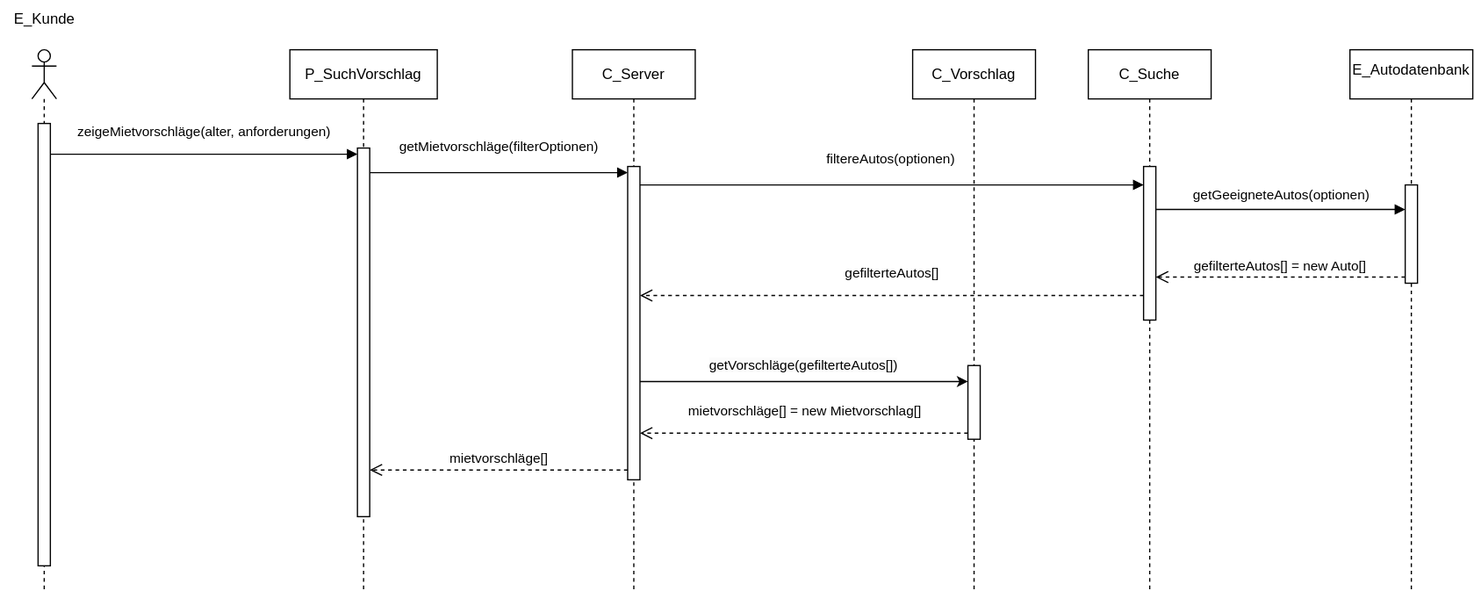
This is sw-eng-05.drawio.svg from MassimiIiano/software-eng-projects-uni, a draw.io export, as it was before one commit. Source tidied: cells renumbered, new cells last; positions are measured from the earlier drawing's top-left corner, leaving out a move shared by most shapes.
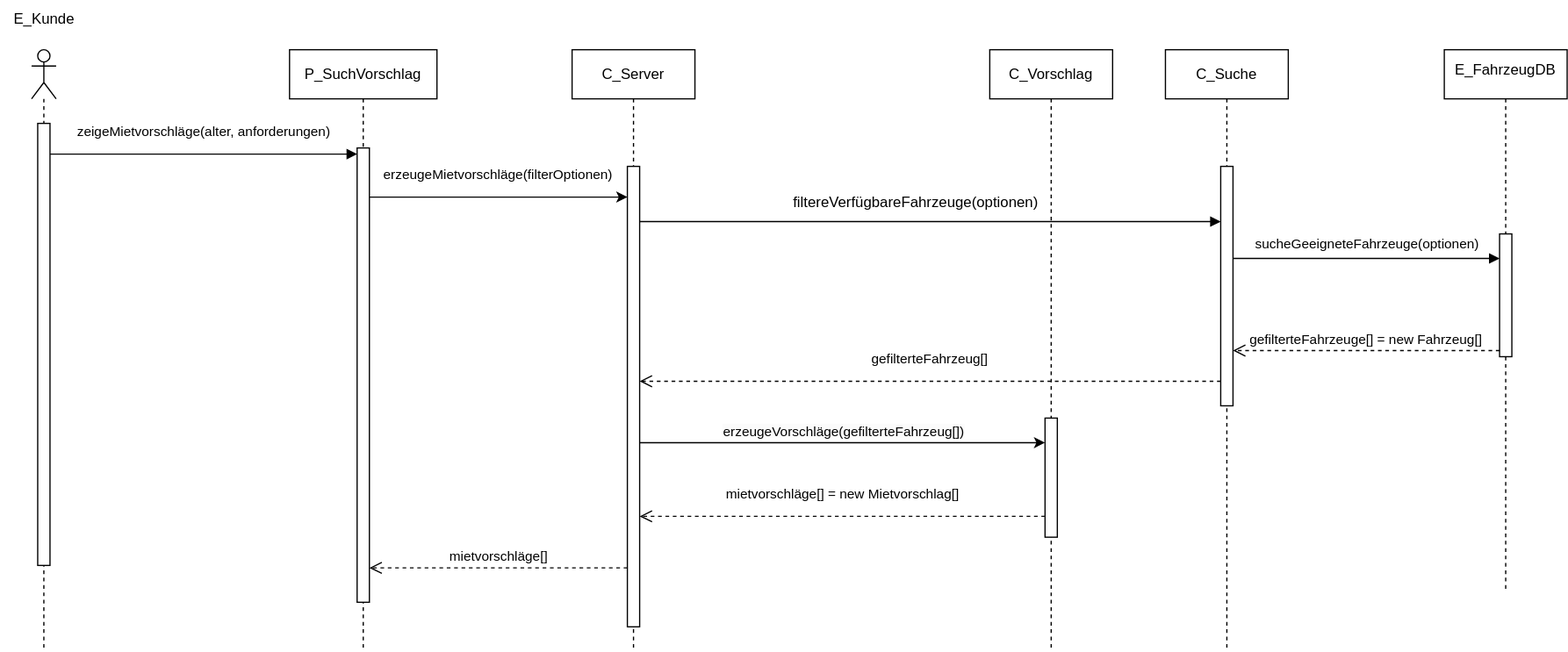
After the commit.

Commit message:
Corrected exercise 5

Diff of the diagram source:
```diff
@@ -3,91 +3,104 @@
     <mxCell id="0" />
     <mxCell id="1" parent="0" />
     <mxCell id="2" style="shape=umlLifeline;perimeter=lifelinePerimeter;whiteSpace=wrap;html=1;newEdgeStyle={&quot;curved&quot;:0,&quot;rounded&quot;:0};participant=umlActor;" parent="1" vertex="1">
-      <mxGeometry x="25" y="40" width="20" height="440" as="geometry" />
+      <mxGeometry x="25" y="40" width="20" height="490" as="geometry" />
     </mxCell>
     <mxCell id="3" style="html=1;points=[[0,0,0,0,5],[0,1,0,0,-5],[1,0,0,0,5],[1,1,0,0,-5]];perimeter=orthogonalPerimeter;outlineConnect=0;targetShapes=umlLifeline;portConstraint=eastwest;newEdgeStyle={&quot;curved&quot;:0,&quot;rounded&quot;:0};" parent="2" vertex="1">
       <mxGeometry x="5" y="60" width="10" height="360" as="geometry" />
     </mxCell>
     <mxCell id="4" value="P_SuchVorschlag" style="shape=umlLifeline;perimeter=lifelinePerimeter;whiteSpace=wrap;html=1;newEdgeStyle={&quot;curved&quot;:0,&quot;rounded&quot;:0};" parent="1" vertex="1">
-      <mxGeometry x="235" y="40" width="120" height="440" as="geometry" />
+      <mxGeometry x="235" y="40" width="120" height="490" as="geometry" />
     </mxCell>
     <mxCell id="5" style="html=1;points=[[0,0,0,0,5],[0,1,0,0,-5],[1,0,0,0,5],[1,1,0,0,-5]];perimeter=orthogonalPerimeter;outlineConnect=0;targetShapes=umlLifeline;portConstraint=eastwest;newEdgeStyle={&quot;curved&quot;:0,&quot;rounded&quot;:0};" parent="4" vertex="1">
-      <mxGeometry x="55" y="80" width="10" height="300" as="geometry" />
+      <mxGeometry x="55" y="80" width="10" height="370" as="geometry" />
     </mxCell>
     <mxCell id="6" value="&lt;table&gt;&lt;tbody&gt;&lt;tr&gt;&lt;td&gt;C_Suche&lt;table&gt;&lt;tbody&gt;&lt;tr&gt;&lt;/tr&gt;&lt;/tbody&gt;&lt;/table&gt;&lt;/td&gt;&lt;/tr&gt;&lt;/tbody&gt;&lt;/table&gt;" style="shape=umlLifeline;perimeter=lifelinePerimeter;whiteSpace=wrap;html=1;newEdgeStyle={&quot;curved&quot;:0,&quot;rounded&quot;:0};" parent="1" vertex="1">
-      <mxGeometry x="885" y="40" width="100" height="440" as="geometry" />
+      <mxGeometry x="948" y="40" width="100" height="490" as="geometry" />
     </mxCell>
     <mxCell id="7" style="html=1;points=[[0,0,0,0,5],[0,1,0,0,-5],[1,0,0,0,5],[1,1,0,0,-5]];perimeter=orthogonalPerimeter;outlineConnect=0;targetShapes=umlLifeline;portConstraint=eastwest;newEdgeStyle={&quot;curved&quot;:0,&quot;rounded&quot;:0};" parent="6" vertex="1">
-      <mxGeometry x="45" y="95" width="10" height="125" as="geometry" />
+      <mxGeometry x="45" y="95" width="10" height="195" as="geometry" />
     </mxCell>
-    <mxCell id="8" value="&lt;table&gt;&lt;tbody&gt;&lt;tr&gt;&lt;td&gt;E_Autodatenbank&lt;/td&gt;&lt;/tr&gt;&lt;/tbody&gt;&lt;/table&gt;&lt;table&gt;&lt;tbody&gt;&lt;tr&gt;&lt;td&gt;&lt;/td&gt;&lt;/tr&gt;&lt;/tbody&gt;&lt;/table&gt;" style="shape=umlLifeline;perimeter=lifelinePerimeter;whiteSpace=wrap;html=1;newEdgeStyle={&quot;curved&quot;:0,&quot;rounded&quot;:0};" parent="1" vertex="1">
-      <mxGeometry x="1098" y="40" width="100" height="440" as="geometry" />
+    <mxCell id="8" value="&lt;table&gt;&lt;tbody&gt;&lt;tr&gt;&lt;td&gt;E_FahrzeugDB&lt;/td&gt;&lt;/tr&gt;&lt;/tbody&gt;&lt;/table&gt;&lt;table&gt;&lt;tbody&gt;&lt;tr&gt;&lt;td&gt;&lt;/td&gt;&lt;/tr&gt;&lt;/tbody&gt;&lt;/table&gt;" style="shape=umlLifeline;perimeter=lifelinePerimeter;whiteSpace=wrap;html=1;newEdgeStyle={&quot;curved&quot;:0,&quot;rounded&quot;:0};" parent="1" vertex="1">
+      <mxGeometry x="1175" y="40" width="100" height="440" as="geometry" />
     </mxCell>
     <mxCell id="9" style="html=1;points=[[0,0,0,0,5],[0,1,0,0,-5],[1,0,0,0,5],[1,1,0,0,-5]];perimeter=orthogonalPerimeter;outlineConnect=0;targetShapes=umlLifeline;portConstraint=eastwest;newEdgeStyle={&quot;curved&quot;:0,&quot;rounded&quot;:0};" parent="8" vertex="1">
-      <mxGeometry x="45" y="110" width="10" height="80" as="geometry" />
+      <mxGeometry x="45" y="150" width="10" height="100" as="geometry" />
     </mxCell>
     <mxCell id="10" value="&lt;table&gt;&lt;tbody&gt;&lt;tr&gt;&lt;td&gt;zeigeMietvorschläge(alter, anforderungen)&lt;/td&gt;&lt;/tr&gt;&lt;/tbody&gt;&lt;/table&gt;&lt;table&gt;&lt;tbody&gt;&lt;tr&gt;&lt;td&gt;&lt;/td&gt;&lt;/tr&gt;&lt;/tbody&gt;&lt;/table&gt;" style="html=1;verticalAlign=bottom;endArrow=block;curved=0;rounded=0;entryX=0;entryY=0;entryDx=0;entryDy=5;" parent="1" edge="1" source="3" target="5">
       <mxGeometry relative="1" as="geometry" />
     </mxCell>
-    <mxCell id="11" value="&lt;table&gt;&lt;tbody&gt;&lt;tr&gt;&lt;td&gt;&lt;table&gt;&lt;tbody&gt;&lt;tr&gt;&lt;td&gt;getMietvorschläge(filterOptionen)&lt;/td&gt;&lt;/tr&gt;&lt;/tbody&gt;&lt;/table&gt;&lt;table&gt;&lt;tbody&gt;&lt;tr&gt;&lt;td&gt;&lt;/td&gt;&lt;/tr&gt;&lt;/tbody&gt;&lt;/table&gt;&lt;table&gt;&lt;tbody&gt;&lt;tr&gt;&lt;/tr&gt;&lt;/tbody&gt;&lt;/table&gt;&lt;/td&gt;&lt;/tr&gt;&lt;/tbody&gt;&lt;/table&gt;" style="html=1;verticalAlign=bottom;endArrow=block;curved=0;rounded=0;entryX=0;entryY=0;entryDx=0;entryDy=5;entryPerimeter=0;" parent="1" edge="1" source="5" target="20">
-      <mxGeometry relative="1" as="geometry" />
-    </mxCell>
-    <mxCell id="12" value="&lt;table&gt;&lt;tbody&gt;&lt;tr&gt;&lt;td&gt;getGeeigneteAutos(optionen)&lt;/td&gt;&lt;/tr&gt;&lt;/tbody&gt;&lt;/table&gt;" style="html=1;verticalAlign=bottom;endArrow=block;curved=0;rounded=0;entryX=0;entryY=0;entryDx=0;entryDy=5;" parent="1" edge="1">
+    <mxCell id="12" value="&lt;table&gt;&lt;tbody&gt;&lt;tr&gt;&lt;td&gt;sucheGeeigneteFahrzeuge(optionen)&lt;/td&gt;&lt;/tr&gt;&lt;/tbody&gt;&lt;/table&gt;" style="html=1;verticalAlign=bottom;endArrow=block;curved=0;rounded=0;" parent="1" edge="1">
       <mxGeometry relative="1" as="geometry">
-        <mxPoint x="940" y="170" as="sourcePoint" />
-        <mxPoint x="1143" y="170" as="targetPoint" />
+        <mxPoint x="1003" y="210" as="sourcePoint" />
+        <mxPoint x="1220" y="210" as="targetPoint" />
       </mxGeometry>
     </mxCell>
-    <mxCell id="13" value="gefilterteAutos[] = new Auto[]" style="html=1;verticalAlign=bottom;endArrow=open;dashed=1;endSize=8;curved=0;rounded=0;exitX=0;exitY=1;exitDx=0;exitDy=-5;" parent="1" edge="1" source="9" target="7">
+    <mxCell id="13" value="gefilterteFahrzeuge[] = new Fahrzeug[]" style="html=1;verticalAlign=bottom;endArrow=open;dashed=1;endSize=8;curved=0;rounded=0;exitX=0;exitY=1;exitDx=0;exitDy=-5;" parent="1" edge="1" source="9" target="7">
       <mxGeometry relative="1" as="geometry" />
     </mxCell>
     <mxCell id="14" value="E_Kunde" style="text;html=1;align=center;verticalAlign=middle;strokeColor=none;fillColor=none;" parent="1" vertex="1">
       <mxGeometry width="70" height="30" as="geometry" />
     </mxCell>
     <mxCell id="15" value="C_Vorschlag" style="shape=umlLifeline;perimeter=lifelinePerimeter;whiteSpace=wrap;html=1;newEdgeStyle={&quot;curved&quot;:0,&quot;rounded&quot;:0};" parent="1" vertex="1">
-      <mxGeometry x="742" y="40" width="100" height="440" as="geometry" />
+      <mxGeometry x="805" y="40" width="100" height="490" as="geometry" />
     </mxCell>
     <mxCell id="16" style="html=1;points=[[0,0,0,0,5],[0,1,0,0,-5],[1,0,0,0,5],[1,1,0,0,-5]];perimeter=orthogonalPerimeter;outlineConnect=0;targetShapes=umlLifeline;portConstraint=eastwest;newEdgeStyle={&quot;curved&quot;:0,&quot;rounded&quot;:0};" parent="15" vertex="1">
-      <mxGeometry x="45" y="257" width="10" height="60" as="geometry" />
+      <mxGeometry x="45" y="300" width="10" height="97" as="geometry" />
     </mxCell>
     <mxCell id="17" value="mietvorschläge[]" style="html=1;verticalAlign=bottom;endArrow=open;dashed=1;endSize=8;curved=0;rounded=0;exitX=0;exitY=1;exitDx=0;exitDy=-5;exitPerimeter=0;" parent="1" edge="1">
       <mxGeometry relative="1" as="geometry">
-        <mxPoint x="510" y="382" as="sourcePoint" />
-        <mxPoint x="300" y="382" as="targetPoint" />
+        <mxPoint x="510" y="462" as="sourcePoint" />
+        <mxPoint x="300" y="462" as="targetPoint" />
       </mxGeometry>
     </mxCell>
-    <mxCell id="18" value="&lt;table&gt;&lt;tbody&gt;&lt;tr&gt;&lt;td&gt;gefilterteAutos[]&lt;/td&gt;&lt;/tr&gt;&lt;/tbody&gt;&lt;/table&gt;&lt;table&gt;&lt;tbody&gt;&lt;tr&gt;&lt;td&gt;&lt;/td&gt;&lt;/tr&gt;&lt;/tbody&gt;&lt;/table&gt;" style="html=1;verticalAlign=bottom;endArrow=open;dashed=1;endSize=8;curved=0;rounded=0;exitX=0;exitY=1;exitDx=0;exitDy=-5;exitPerimeter=0;" parent="1" edge="1">
+    <mxCell id="18" value="&lt;table&gt;&lt;tbody&gt;&lt;tr&gt;&lt;td&gt;gefilterteFahrzeug[]&lt;/td&gt;&lt;/tr&gt;&lt;/tbody&gt;&lt;/table&gt;&lt;table&gt;&lt;tbody&gt;&lt;tr&gt;&lt;td&gt;&lt;/td&gt;&lt;/tr&gt;&lt;/tbody&gt;&lt;/table&gt;" style="html=1;verticalAlign=bottom;endArrow=open;dashed=1;endSize=8;curved=0;rounded=0;" parent="1" edge="1">
       <mxGeometry relative="1" as="geometry">
-        <mxPoint x="930" y="240" as="sourcePoint" />
-        <mxPoint x="520" y="240" as="targetPoint" />
+        <mxPoint x="993" y="310" as="sourcePoint" />
+        <mxPoint x="520" y="310" as="targetPoint" />
       </mxGeometry>
     </mxCell>
     <mxCell id="19" value="C_Server" style="shape=umlLifeline;perimeter=lifelinePerimeter;whiteSpace=wrap;html=1;newEdgeStyle={&quot;curved&quot;:0,&quot;rounded&quot;:0};" parent="1" vertex="1">
-      <mxGeometry x="465" y="40" width="100" height="440" as="geometry" />
+      <mxGeometry x="465" y="40" width="100" height="490" as="geometry" />
     </mxCell>
     <mxCell id="20" style="html=1;points=[[0,0,0,0,5],[0,1,0,0,-5],[1,0,0,0,5],[1,1,0,0,-5]];perimeter=orthogonalPerimeter;outlineConnect=0;targetShapes=umlLifeline;portConstraint=eastwest;newEdgeStyle={&quot;curved&quot;:0,&quot;rounded&quot;:0};" parent="19" vertex="1">
-      <mxGeometry x="45" y="95" width="10" height="255" as="geometry" />
+      <mxGeometry x="45" y="95" width="10" height="375" as="geometry" />
     </mxCell>
-    <mxCell id="21" value="&lt;table&gt;&lt;tbody&gt;&lt;tr&gt;&lt;td&gt;&lt;table&gt;&lt;tbody&gt;&lt;tr&gt;&lt;td&gt;filtereAutos(optionen)&lt;/td&gt;&lt;/tr&gt;&lt;/tbody&gt;&lt;/table&gt;&lt;table&gt;&lt;tbody&gt;&lt;tr&gt;&lt;td&gt;&lt;/td&gt;&lt;/tr&gt;&lt;/tbody&gt;&lt;/table&gt;&lt;table&gt;&lt;tbody&gt;&lt;tr&gt;&lt;/tr&gt;&lt;/tbody&gt;&lt;/table&gt;&lt;/td&gt;&lt;/tr&gt;&lt;/tbody&gt;&lt;/table&gt;" style="html=1;verticalAlign=bottom;endArrow=block;curved=0;rounded=0;entryX=0;entryY=0;entryDx=0;entryDy=5;exitX=1;exitY=0;exitDx=0;exitDy=5;exitPerimeter=0;entryPerimeter=0;" parent="1" edge="1">
-      <mxGeometry relative="1" as="geometry">
-        <mxPoint x="520" y="150" as="sourcePoint" />
-        <mxPoint x="930" y="150" as="targetPoint" />
+    <mxCell id="21" style="html=1;verticalAlign=bottom;endArrow=block;curved=0;rounded=0;exitX=1;exitY=0;exitDx=0;exitDy=5;exitPerimeter=0;" parent="1" edge="1">
+      <mxGeometry x="-0.05" relative="1" as="geometry">
+        <mxPoint x="520" y="180" as="sourcePoint" />
+        <mxPoint x="993" y="180" as="targetPoint" />
       </mxGeometry>
     </mxCell>
     <mxCell id="22" value="&lt;table&gt;&lt;tbody&gt;&lt;tr&gt;&lt;td&gt;&lt;/td&gt;&lt;/tr&gt;&lt;/tbody&gt;&lt;/table&gt;" style="text;html=1;align=center;verticalAlign=middle;strokeColor=none;fillColor=none;" parent="1" vertex="1">
-      <mxGeometry x="630" y="280" width="30" height="20" as="geometry" />
+      <mxGeometry x="630" y="360" width="30" height="20" as="geometry" />
     </mxCell>
-    <mxCell id="23" value="&lt;table&gt;&lt;tbody&gt;&lt;tr&gt;&lt;td&gt;mietvorschläge[] = new Mietvorschlag[]&lt;br&gt;&lt;/td&gt;&lt;/tr&gt;&lt;/tbody&gt;&lt;/table&gt;&lt;table&gt;&lt;tbody&gt;&lt;tr&gt;&lt;td&gt;&lt;/td&gt;&lt;/tr&gt;&lt;/tbody&gt;&lt;/table&gt;" style="html=1;verticalAlign=bottom;endArrow=open;dashed=1;endSize=8;curved=0;rounded=0;exitX=0;exitY=1;exitDx=0;exitDy=-5;exitPerimeter=0;" parent="1" edge="1" source="16">
+    <mxCell id="23" value="&lt;table&gt;&lt;tbody&gt;&lt;tr&gt;&lt;td&gt;mietvorschläge[] = new Mietvorschlag[]&lt;br&gt;&lt;/td&gt;&lt;/tr&gt;&lt;/tbody&gt;&lt;/table&gt;&lt;table&gt;&lt;tbody&gt;&lt;tr&gt;&lt;td&gt;&lt;/td&gt;&lt;/tr&gt;&lt;/tbody&gt;&lt;/table&gt;" style="html=1;verticalAlign=bottom;endArrow=open;dashed=1;endSize=8;curved=0;rounded=0;exitX=0;exitY=1;exitDx=0;exitDy=-5;exitPerimeter=0;" parent="1" edge="1">
       <mxGeometry relative="1" as="geometry">
-        <mxPoint x="520" y="352" as="targetPoint" />
+        <mxPoint x="850" y="420" as="sourcePoint" />
+        <mxPoint x="520" y="420" as="targetPoint" />
       </mxGeometry>
     </mxCell>
-    <mxCell id="24" value="&lt;br&gt;&lt;span style=&quot;color: rgb(0, 0, 0); font-family: Helvetica; font-style: normal; font-variant-ligatures: normal; font-variant-caps: normal; font-weight: 400; letter-spacing: normal; orphans: 2; text-align: center; text-indent: 0px; text-transform: none; widows: 2; word-spacing: 0px; -webkit-text-stroke-width: 0px; white-space: nowrap; background-color: rgb(251, 251, 251); text-decoration-thickness: initial; text-decoration-style: initial; text-decoration-color: initial; float: none; display: inline !important;&quot;&gt;&lt;font style=&quot;font-size: 11px;&quot;&gt;getVorschläge(gefilterteAutos[])&lt;/font&gt;&lt;/span&gt;" style="endArrow=classic;html=1;rounded=0;" parent="1" edge="1" source="20" target="16">
-      <mxGeometry y="20" relative="1" as="geometry">
+    <mxCell id="24" value="&lt;br&gt;&lt;span style=&quot;color: rgb(0, 0, 0); font-family: Helvetica; font-style: normal; font-variant-ligatures: normal; font-variant-caps: normal; letter-spacing: normal; orphans: 2; text-align: center; text-indent: 0px; text-transform: none; widows: 2; word-spacing: 0px; -webkit-text-stroke-width: 0px; white-space: nowrap; background-color: rgb(251, 251, 251); text-decoration-thickness: initial; text-decoration-style: initial; text-decoration-color: initial; float: none; display: inline !important;&quot;&gt;&lt;font style=&quot;font-size: 11px;&quot;&gt;erzeugeVorschläge(gefilterteFahrzeug[])&lt;/font&gt;&lt;/span&gt;" style="endArrow=classic;html=1;rounded=0;verticalAlign=bottom;" parent="1" edge="1">
+      <mxGeometry x="0.01" relative="1" as="geometry">
+        <mxPoint x="520" y="360" as="sourcePoint" />
+        <mxPoint x="850" y="360" as="targetPoint" />
         <Array as="points">
-          <mxPoint x="645" y="310" />
+          <mxPoint x="645" y="360" />
         </Array>
       </mxGeometry>
     </mxCell>
+    <mxCell id="11" style="endArrow=classic;html=1;rounded=0;" parent="1" edge="1" source="5" target="20">
+      <mxGeometry relative="1" as="geometry">
+        <Array as="points">
+          <mxPoint x="405" y="160" />
+        </Array>
+      </mxGeometry>
+    </mxCell>
+    <mxCell id="25" value="&lt;table&gt;&lt;tbody&gt;&lt;tr&gt;&lt;td&gt;&lt;table style=&quot;font-size: 11px; text-wrap-mode: nowrap; background-color: rgb(255, 255, 255);&quot;&gt;&lt;tbody&gt;&lt;tr&gt;&lt;td&gt;erzeugeMietvorschläge(filterOptionen)&lt;br&gt;&lt;/td&gt;&lt;/tr&gt;&lt;/tbody&gt;&lt;/table&gt;&lt;table style=&quot;font-size: 11px; text-wrap-mode: nowrap; background-color: rgb(255, 255, 255);&quot;&gt;&lt;tbody&gt;&lt;tr&gt;&lt;td&gt;&lt;/td&gt;&lt;/tr&gt;&lt;/tbody&gt;&lt;/table&gt;&lt;table style=&quot;font-size: 11px; text-wrap-mode: nowrap; background-color: rgb(255, 255, 255);&quot;&gt;&lt;tbody&gt;&lt;/tbody&gt;&lt;/table&gt;&lt;/td&gt;&lt;/tr&gt;&lt;/tbody&gt;&lt;/table&gt;" style="text;html=1;align=center;verticalAlign=middle;whiteSpace=wrap;rounded=0;" parent="1" vertex="1">
+      <mxGeometry x="395" y="130" width="20" height="30" as="geometry" />
+    </mxCell>
+    <mxCell id="26" value="filtereVerfügbareFahrzeuge(optionen)" style="text;html=1;align=center;verticalAlign=middle;whiteSpace=wrap;rounded=0;" parent="1" vertex="1">
+      <mxGeometry x="715" y="150" width="60" height="30" as="geometry" />
+    </mxCell>
   </root>
 </mxGraphModel>
```
